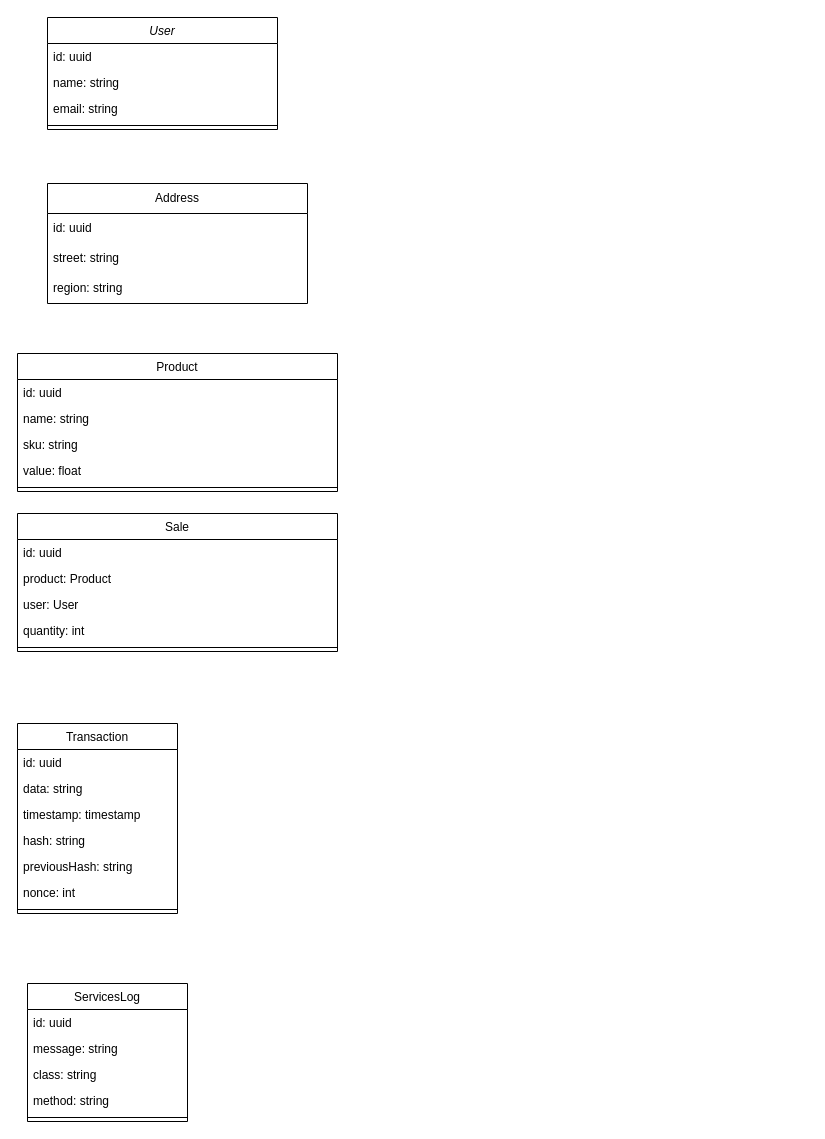
save-and-eat/save-n-eat-schemas keeps this draw.io diagram as class diagram.drawio. Above is the earlier version. Source tidied: cells renumbered, new cells numbered last; positions are measured from the earlier drawing's top-left corner, leaving out a move shared by most shapes. Both pictures are drawn from the tidied source at 100%, with x=0, y=0 at pixel (17, 17).
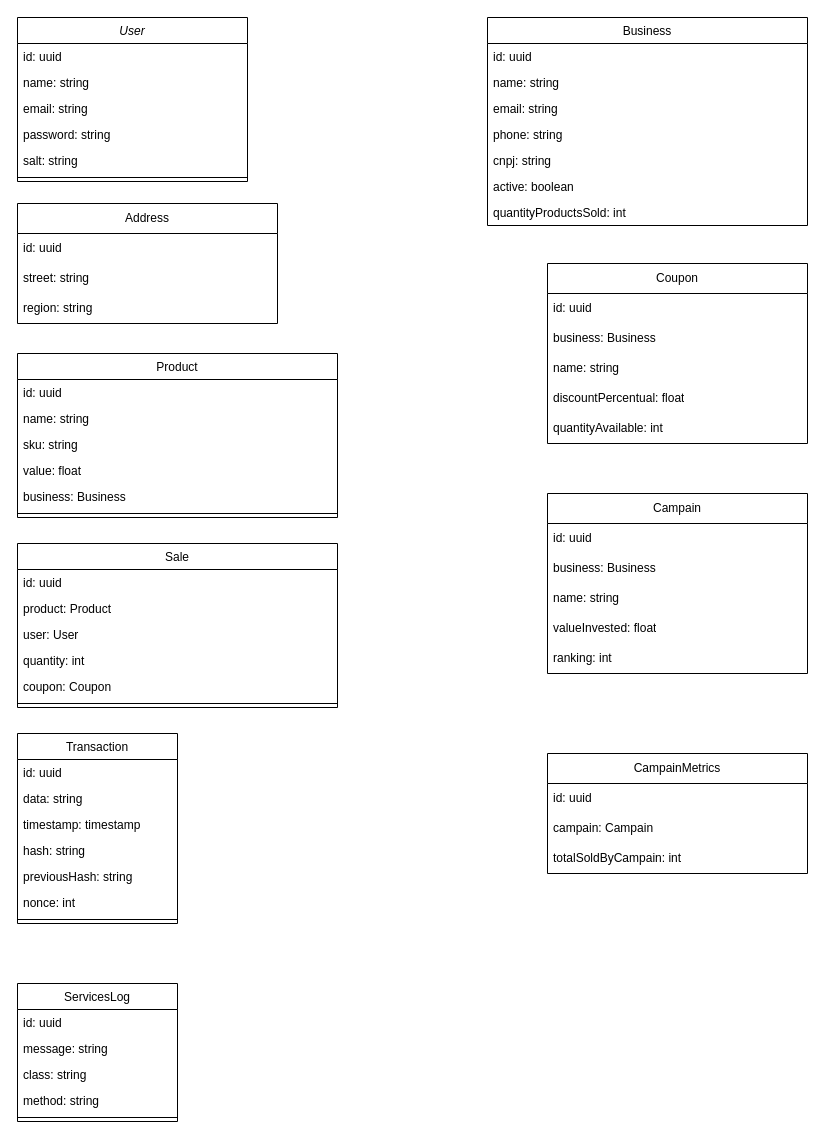
The same diagram, later.

Change to the diagram source:
```diff
@@
     <mxCell id="2" value="User" style="swimlane;fontStyle=2;align=center;verticalAlign=top;horizontal=1;startSize=26;rounded=0;shadow=0;strokeWidth=1;" parent="1" vertex="1">
-      <mxGeometry x="30" width="230" height="112" as="geometry" />
+      <mxGeometry width="230" height="164" as="geometry" />
     </mxCell>
@@
+    <mxCell id="37" value="password: string" style="text;align=left;verticalAlign=top;spacingLeft=4;spacingRight=4;overflow=hidden;rounded=0;shadow=0;html=0;" parent="2" vertex="1">
+      <mxGeometry y="104" width="230" height="26" as="geometry" />
+    </mxCell>
+    <mxCell id="38" value="salt: string" style="text;align=left;verticalAlign=top;spacingLeft=4;spacingRight=4;overflow=hidden;rounded=0;shadow=0;html=0;" parent="2" vertex="1">
+      <mxGeometry y="130" width="230" height="26" as="geometry" />
+    </mxCell>
     <mxCell id="6" style="line;html=1;strokeWidth=1;align=left;verticalAlign=middle;spacingTop=-1;spacingLeft=3;spacingRight=3;labelPosition=right;" parent="2" vertex="1">
-      <mxGeometry y="104" width="230" height="8" as="geometry" />
+      <mxGeometry y="156" width="230" height="8" as="geometry" />
     </mxCell>
     <mxCell id="7" value="Product" style="swimlane;fontStyle=0;align=center;verticalAlign=top;horizontal=1;startSize=26;rounded=0;shadow=0;strokeWidth=1;" parent="1" vertex="1">
-      <mxGeometry y="336" width="320" height="138" as="geometry" />
+      <mxGeometry y="336" width="320" height="164" as="geometry" />
     </mxCell>
@@
+    <mxCell id="39" value="business: Business" style="text;align=left;verticalAlign=top;spacingLeft=4;spacingRight=4;overflow=hidden;rounded=0;shadow=0;html=0;" parent="7" vertex="1">
+      <mxGeometry y="130" width="320" height="26" as="geometry" />
+    </mxCell>
     <mxCell id="12" style="line;html=1;strokeWidth=1;align=left;verticalAlign=middle;spacingTop=-1;spacingLeft=3;spacingRight=3;labelPosition=right;" parent="7" vertex="1">
-      <mxGeometry y="130" width="320" height="8" as="geometry" />
+      <mxGeometry y="156" width="320" height="8" as="geometry" />
     </mxCell>
     <mxCell id="13" value="Transaction" style="swimlane;fontStyle=0;align=center;verticalAlign=top;horizontal=1;startSize=26;rounded=0;shadow=0;strokeWidth=1;" parent="1" vertex="1">
-      <mxGeometry y="706" width="160" height="190" as="geometry" />
+      <mxGeometry y="716" width="160" height="190" as="geometry" />
     </mxCell>
@@
     <mxCell id="21" value="Address" style="swimlane;fontStyle=0;horizontal=1;startSize=30;whiteSpace=wrap;html=1;" parent="1" vertex="1">
-      <mxGeometry x="30" y="166" width="260" height="120" as="geometry" />
+      <mxGeometry y="186" width="260" height="120" as="geometry" />
     </mxCell>
@@
     <mxCell id="25" value="ServicesLog" style="swimlane;fontStyle=0;align=center;verticalAlign=top;horizontal=1;startSize=26;rounded=0;shadow=0;strokeWidth=1;" parent="1" vertex="1">
-      <mxGeometry x="10" y="966" width="160" height="138" as="geometry" />
+      <mxGeometry y="966" width="160" height="138" as="geometry" />
     </mxCell>
@@
     <mxCell id="31" value="Sale" style="swimlane;fontStyle=0;align=center;verticalAlign=top;horizontal=1;startSize=26;rounded=0;shadow=0;strokeWidth=1;" parent="1" vertex="1">
-      <mxGeometry y="496" width="320" height="138" as="geometry" />
+      <mxGeometry y="526" width="320" height="164" as="geometry" />
     </mxCell>
@@
+    <mxCell id="40" value="coupon: Coupon" style="text;align=left;verticalAlign=top;spacingLeft=4;spacingRight=4;overflow=hidden;rounded=0;shadow=0;html=0;" parent="31" vertex="1">
+      <mxGeometry y="130" width="320" height="26" as="geometry" />
+    </mxCell>
     <mxCell id="36" style="line;html=1;strokeWidth=1;align=left;verticalAlign=middle;spacingTop=-1;spacingLeft=3;spacingRight=3;labelPosition=right;" parent="31" vertex="1">
-      <mxGeometry y="130" width="320" height="8" as="geometry" />
+      <mxGeometry y="156" width="320" height="8" as="geometry" />
     </mxCell>
+    <mxCell id="41" value="Business" style="swimlane;fontStyle=0;align=center;verticalAlign=top;horizontal=1;startSize=26;rounded=0;shadow=0;strokeWidth=1;" parent="1" vertex="1">
+      <mxGeometry x="470" width="320" height="208" as="geometry" />
+    </mxCell>
+    <mxCell id="42" value="id: uuid" style="text;align=left;verticalAlign=top;spacingLeft=4;spacingRight=4;overflow=hidden;" parent="41" vertex="1">
+      <mxGeometry y="26" width="320" height="26" as="geometry" />
+    </mxCell>
+    <mxCell id="43" value="name: string" style="text;align=left;verticalAlign=top;spacingLeft=4;spacingRight=4;overflow=hidden;rounded=0;shadow=0;html=0;" parent="41" vertex="1">
+      <mxGeometry y="52" width="320" height="26" as="geometry" />
+    </mxCell>
+    <mxCell id="44" value="email: string" style="text;align=left;verticalAlign=top;spacingLeft=4;spacingRight=4;overflow=hidden;rounded=0;shadow=0;html=0;" parent="41" vertex="1">
+      <mxGeometry y="78" width="320" height="26" as="geometry" />
+    </mxCell>
+    <mxCell id="45" value="phone: string" style="text;align=left;verticalAlign=top;spacingLeft=4;spacingRight=4;overflow=hidden;rounded=0;shadow=0;html=0;" parent="41" vertex="1">
+      <mxGeometry y="104" width="320" height="26" as="geometry" />
+    </mxCell>
+    <mxCell id="46" value="cnpj: string" style="text;align=left;verticalAlign=top;spacingLeft=4;spacingRight=4;overflow=hidden;rounded=0;shadow=0;html=0;" parent="41" vertex="1">
+      <mxGeometry y="130" width="320" height="26" as="geometry" />
+    </mxCell>
+    <mxCell id="47" value="active: boolean" style="text;align=left;verticalAlign=top;spacingLeft=4;spacingRight=4;overflow=hidden;rounded=0;shadow=0;html=0;" parent="41" vertex="1">
+      <mxGeometry y="156" width="320" height="26" as="geometry" />
+    </mxCell>
+    <mxCell id="48" value="quantityProductsSold: int" style="text;align=left;verticalAlign=top;spacingLeft=4;spacingRight=4;overflow=hidden;rounded=0;shadow=0;html=0;" parent="41" vertex="1">
+      <mxGeometry y="182" width="320" height="26" as="geometry" />
+    </mxCell>
+    <mxCell id="49" value="Coupon" style="swimlane;fontStyle=0;horizontal=1;startSize=30;whiteSpace=wrap;html=1;" parent="1" vertex="1">
+      <mxGeometry x="530" y="246" width="260" height="180" as="geometry" />
+    </mxCell>
+    <mxCell id="50" value="id: uuid" style="text;strokeColor=none;fillColor=none;align=left;verticalAlign=middle;spacingLeft=4;spacingRight=4;overflow=hidden;whiteSpace=wrap;html=1;" parent="49" vertex="1">
+      <mxGeometry y="30" width="260" height="30" as="geometry" />
+    </mxCell>
+    <mxCell id="51" value="business: Business" style="text;strokeColor=none;fillColor=none;align=left;verticalAlign=middle;spacingLeft=4;spacingRight=4;overflow=hidden;whiteSpace=wrap;html=1;" parent="49" vertex="1">
+      <mxGeometry y="60" width="260" height="30" as="geometry" />
+    </mxCell>
+    <mxCell id="52" value="name: string" style="text;strokeColor=none;fillColor=none;align=left;verticalAlign=middle;spacingLeft=4;spacingRight=4;overflow=hidden;whiteSpace=wrap;html=1;" parent="49" vertex="1">
+      <mxGeometry y="90" width="260" height="30" as="geometry" />
+    </mxCell>
+    <mxCell id="53" value="discountPercentual: float" style="text;strokeColor=none;fillColor=none;align=left;verticalAlign=middle;spacingLeft=4;spacingRight=4;overflow=hidden;whiteSpace=wrap;html=1;" parent="49" vertex="1">
+      <mxGeometry y="120" width="260" height="30" as="geometry" />
+    </mxCell>
+    <mxCell id="54" value="quantityAvailable: int" style="text;strokeColor=none;fillColor=none;align=left;verticalAlign=middle;spacingLeft=4;spacingRight=4;overflow=hidden;whiteSpace=wrap;html=1;" parent="49" vertex="1">
+      <mxGeometry y="150" width="260" height="30" as="geometry" />
+    </mxCell>
+    <mxCell id="55" value="Campain" style="swimlane;fontStyle=0;horizontal=1;startSize=30;whiteSpace=wrap;html=1;" parent="1" vertex="1">
+      <mxGeometry x="530" y="476" width="260" height="180" as="geometry" />
+    </mxCell>
+    <mxCell id="56" value="id: uuid" style="text;strokeColor=none;fillColor=none;align=left;verticalAlign=middle;spacingLeft=4;spacingRight=4;overflow=hidden;whiteSpace=wrap;html=1;" parent="55" vertex="1">
+      <mxGeometry y="30" width="260" height="30" as="geometry" />
+    </mxCell>
+    <mxCell id="57" value="business: Business" style="text;strokeColor=none;fillColor=none;align=left;verticalAlign=middle;spacingLeft=4;spacingRight=4;overflow=hidden;whiteSpace=wrap;html=1;" parent="55" vertex="1">
+      <mxGeometry y="60" width="260" height="30" as="geometry" />
+    </mxCell>
+    <mxCell id="58" value="name: string" style="text;strokeColor=none;fillColor=none;align=left;verticalAlign=middle;spacingLeft=4;spacingRight=4;overflow=hidden;whiteSpace=wrap;html=1;" parent="55" vertex="1">
+      <mxGeometry y="90" width="260" height="30" as="geometry" />
+    </mxCell>
+    <mxCell id="59" value="valueInvested: float" style="text;strokeColor=none;fillColor=none;align=left;verticalAlign=middle;spacingLeft=4;spacingRight=4;overflow=hidden;whiteSpace=wrap;html=1;" parent="55" vertex="1">
+      <mxGeometry y="120" width="260" height="30" as="geometry" />
+    </mxCell>
+    <mxCell id="60" value="ranking: int" style="text;strokeColor=none;fillColor=none;align=left;verticalAlign=middle;spacingLeft=4;spacingRight=4;overflow=hidden;whiteSpace=wrap;html=1;" parent="55" vertex="1">
+      <mxGeometry y="150" width="260" height="30" as="geometry" />
+    </mxCell>
+    <mxCell id="61" value="CampainMetrics" style="swimlane;fontStyle=0;horizontal=1;startSize=30;whiteSpace=wrap;html=1;" parent="1" vertex="1">
+      <mxGeometry x="530" y="736" width="260" height="120" as="geometry" />
+    </mxCell>
+    <mxCell id="62" value="id: uuid" style="text;strokeColor=none;fillColor=none;align=left;verticalAlign=middle;spacingLeft=4;spacingRight=4;overflow=hidden;whiteSpace=wrap;html=1;" parent="61" vertex="1">
+      <mxGeometry y="30" width="260" height="30" as="geometry" />
+    </mxCell>
+    <mxCell id="63" value="campain: Campain" style="text;strokeColor=none;fillColor=none;align=left;verticalAlign=middle;spacingLeft=4;spacingRight=4;overflow=hidden;whiteSpace=wrap;html=1;" parent="61" vertex="1">
+      <mxGeometry y="60" width="260" height="30" as="geometry" />
+    </mxCell>
+    <mxCell id="64" value="totalSoldByCampain: int" style="text;strokeColor=none;fillColor=none;align=left;verticalAlign=middle;spacingLeft=4;spacingRight=4;overflow=hidden;whiteSpace=wrap;html=1;" parent="61" vertex="1">
+      <mxGeometry y="90" width="260" height="30" as="geometry" />
+    </mxCell>
```
